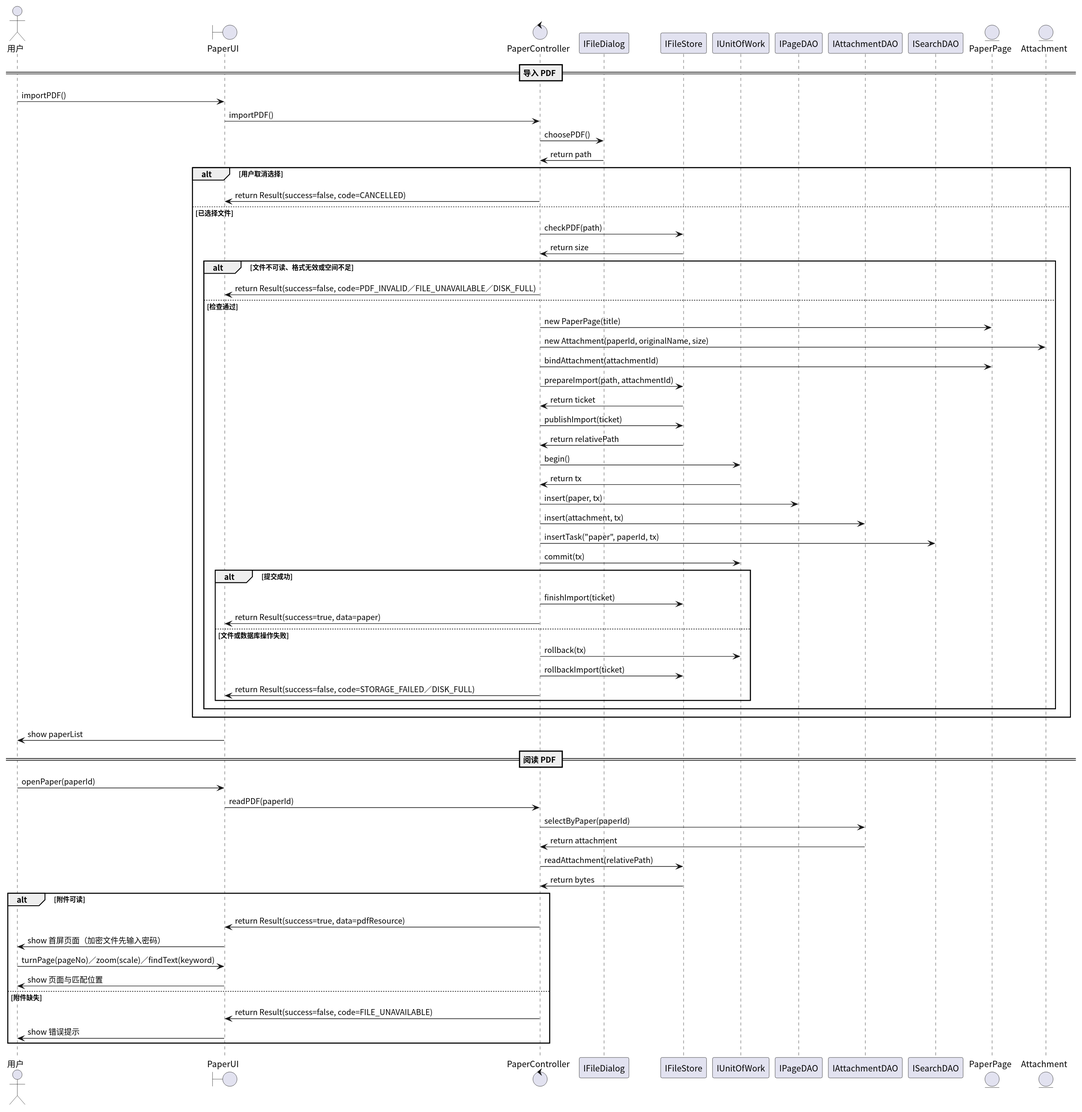
Above: docs/SE_Experiment/design/figures/uc04.svg in AlanRosston/labloom (PlantUML), before the change.
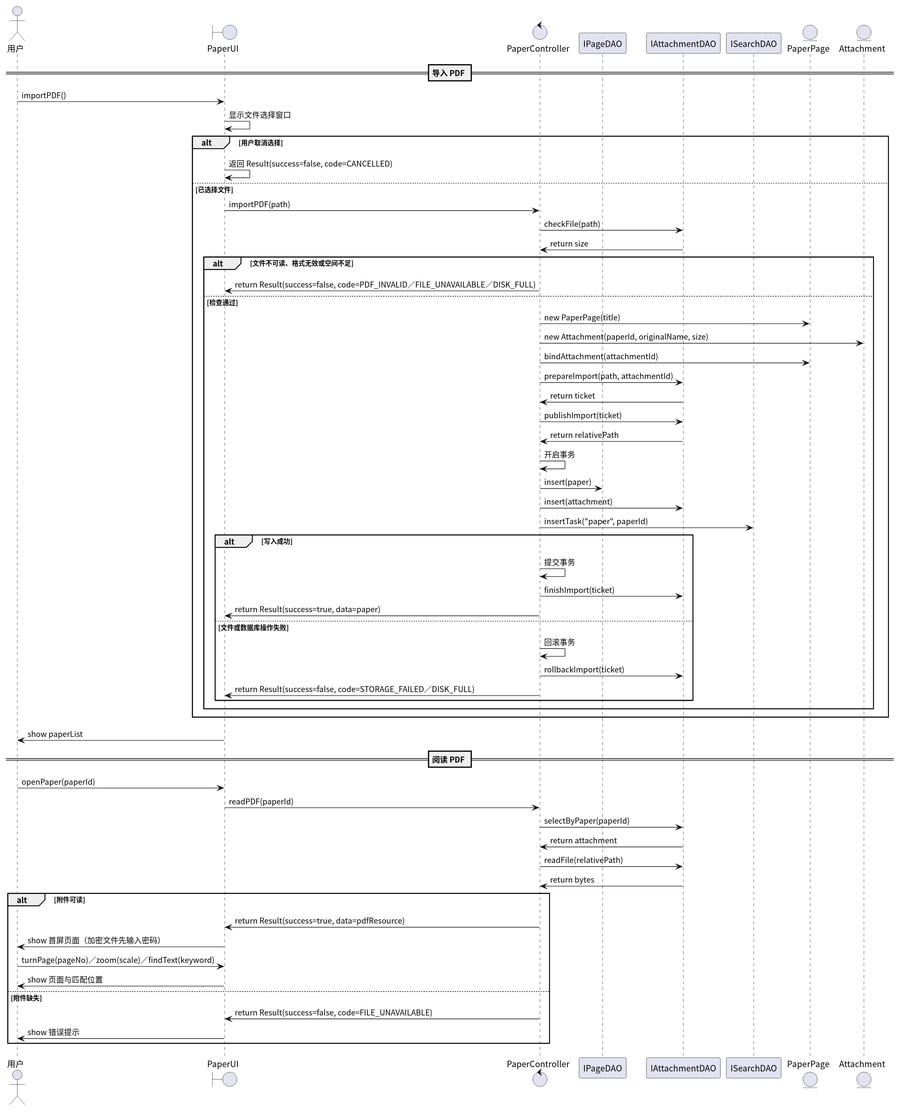
After the commit.

What changed in the source:
```diff
@@ -3,9 +3,6 @@
 actor 用户
 boundary PaperUI
 control PaperController
-participant IFileDialog
-participant IFileStore
-participant IUnitOfWork
 participant IPageDAO
 participant IAttachmentDAO
 participant ISearchDAO
@@ -14,36 +11,34 @@
 
 == 导入 PDF ==
 用户 -> PaperUI: importPDF()
-PaperUI -> PaperController: importPDF()
-PaperController -> IFileDialog: choosePDF()
-IFileDialog -> PaperController: return path
+PaperUI -> PaperUI: 显示文件选择窗口
 alt 用户取消选择
-  PaperController -> PaperUI: return Result(success=false, code=CANCELLED)
+  PaperUI -> PaperUI: 返回 Result(success=false, code=CANCELLED)
 else 已选择文件
-  PaperController -> IFileStore: checkPDF(path)
-  IFileStore -> PaperController: return size
+  PaperUI -> PaperController: importPDF(path)
+  PaperController -> IAttachmentDAO: checkFile(path)
+  IAttachmentDAO -> PaperController: return size
   alt 文件不可读、格式无效或空间不足
     PaperController -> PaperUI: return Result(success=false, code=PDF_INVALID／FILE_UNAVAILABLE／DISK_FULL)
   else 检查通过
     PaperController -> PaperPage: new PaperPage(title)
     PaperController -> Attachment: new Attachment(paperId, originalName, size)
     PaperController -> PaperPage: bindAttachment(attachmentId)
-    PaperController -> IFileStore: prepareImport(path, attachmentId)
-    IFileStore -> PaperController: return ticket
-    PaperController -> IFileStore: publishImport(ticket)
-    IFileStore -> PaperController: return relativePath
-    PaperController -> IUnitOfWork: begin()
-    IUnitOfWork -> PaperController: return tx
-    PaperController -> IPageDAO: insert(paper, tx)
-    PaperController -> IAttachmentDAO: insert(attachment, tx)
-    PaperController -> ISearchDAO: insertTask("paper", paperId, tx)
-    PaperController -> IUnitOfWork: commit(tx)
-    alt 提交成功
-      PaperController -> IFileStore: finishImport(ticket)
+    PaperController -> IAttachmentDAO: prepareImport(path, attachmentId)
+    IAttachmentDAO -> PaperController: return ticket
+    PaperController -> IAttachmentDAO: publishImport(ticket)
+    IAttachmentDAO -> PaperController: return relativePath
+    PaperController -> PaperController: 开启事务
+    PaperController -> IPageDAO: insert(paper)
+    PaperController -> IAttachmentDAO: insert(attachment)
+    PaperController -> ISearchDAO: insertTask("paper", paperId)
+    alt 写入成功
+      PaperController -> PaperController: 提交事务
+      PaperController -> IAttachmentDAO: finishImport(ticket)
       PaperController -> PaperUI: return Result(success=true, data=paper)
     else 文件或数据库操作失败
-      PaperController -> IUnitOfWork: rollback(tx)
-      PaperController -> IFileStore: rollbackImport(ticket)
+      PaperController -> PaperController: 回滚事务
+      PaperController -> IAttachmentDAO: rollbackImport(ticket)
       PaperController -> PaperUI: return Result(success=false, code=STORAGE_FAILED／DISK_FULL)
     end
   end
@@ -55,8 +50,8 @@
 PaperUI -> PaperController: readPDF(paperId)
 PaperController -> IAttachmentDAO: selectByPaper(paperId)
 IAttachmentDAO -> PaperController: return attachment
-PaperController -> IFileStore: readAttachment(relativePath)
-IFileStore -> PaperController: return bytes
+PaperController -> IAttachmentDAO: readFile(relativePath)
+IAttachmentDAO -> PaperController: return bytes
 alt 附件可读
   PaperController -> PaperUI: return Result(success=true, data=pdfResource)
   PaperUI -> 用户: show 首屏页面（加密文件先输入密码）
```
